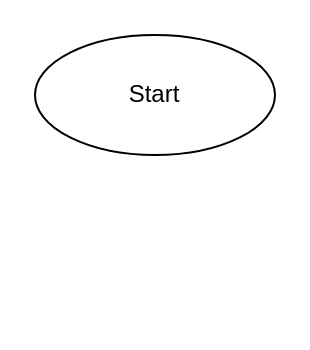
Before: flowchart.drawio in eidiati/aditya_saputra-aplikasi_kasir, a draw.io diagram. Source tidied: cells renumbered, new cells numbered last; positions are measured from the earlier drawing's top-left corner, leaving out a move shared by most shapes. Both pictures are drawn from the tidied source at 200%, with x=0, y=0 at pixel (34, 34).
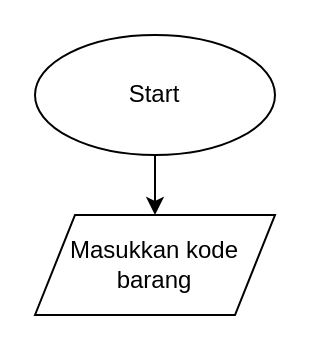
After the change.

Commit message:
inisialisasi flowchart

The edit, as a diff of the source:
```diff
@@
 <mxGraphModel>
   <root>
     <mxCell id="0" />
     <mxCell id="1" parent="0" />
+    <mxCell id="3" style="edgeStyle=none;html=1;" parent="1" edge="1" source="2" target="4">
+      <mxGeometry relative="1" as="geometry" />
+    </mxCell>
     <mxCell id="2" value="Start" style="ellipse;whiteSpace=wrap;html=1;" parent="1" vertex="1">
       <mxGeometry width="120" height="60" as="geometry" />
     </mxCell>
+    <mxCell id="4" value="Masukkan kode barang" style="shape=parallelogram;perimeter=parallelogramPerimeter;whiteSpace=wrap;html=1;fixedSize=1;" parent="1" vertex="1">
+      <mxGeometry y="90" width="120" height="50" as="geometry" />
+    </mxCell>
   </root>
 </mxGraphModel>
```
